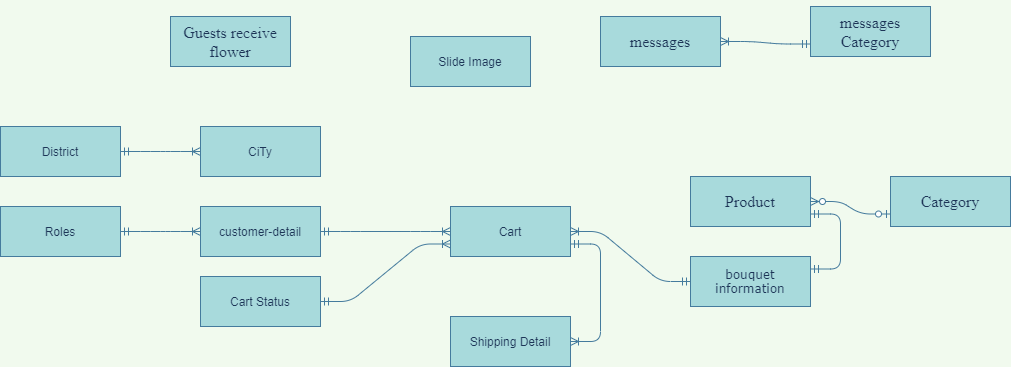
This is Untitled Diagram.png from maialino123/Eproject-SEM3, a draw.io export, as it was before one commit. Source tidied: cells renumbered, new cells last; positions are measured from the earlier drawing's top-left corner, leaving out a move shared by most shapes.
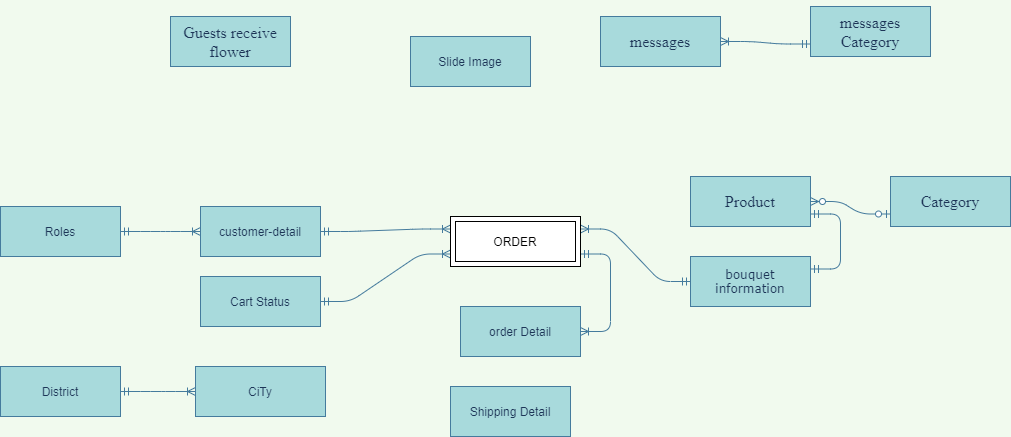
After the commit.

Diff of the diagram source:
```diff
@@ -33,10 +33,10 @@
       <mxGeometry relative="1" as="geometry" />
     </mxCell>
     <mxCell id="12" value="District" style="whiteSpace=wrap;html=1;align=center;rounded=0;sketch=0;fontColor=#1D3557;strokeColor=#457B9D;fillColor=#A8DADC;" parent="1" vertex="1">
-      <mxGeometry y="120" width="120" height="50" as="geometry" />
+      <mxGeometry y="360" width="120" height="50" as="geometry" />
     </mxCell>
     <mxCell id="13" value="CiTy" style="whiteSpace=wrap;html=1;align=center;rounded=0;sketch=0;fontColor=#1D3557;strokeColor=#457B9D;fillColor=#A8DADC;" parent="1" vertex="1">
-      <mxGeometry x="200" y="120" width="120" height="50" as="geometry" />
+      <mxGeometry x="195" y="360" width="130" height="50" as="geometry" />
     </mxCell>
     <mxCell id="14" style="edgeStyle=entityRelationEdgeStyle;fontSize=12;html=1;endArrow=ERoneToMany;startArrow=ERmandOne;fontColor=#1D3557;strokeColor=#457B9D;fillColor=#A8DADC;labelBackgroundColor=#F1FAEE;entryX=0;entryY=0.5;entryDx=0;entryDy=0;exitX=1;exitY=0.5;exitDx=0;exitDy=0;" parent="1" edge="1" source="12" target="13">
       <mxGeometry relative="1" as="geometry" />
@@ -47,29 +47,32 @@
     <mxCell id="16" value="Roles" style="whiteSpace=wrap;html=1;align=center;rounded=0;sketch=0;fontColor=#1D3557;strokeColor=#457B9D;fillColor=#A8DADC;" parent="1" vertex="1">
       <mxGeometry y="200" width="120" height="50" as="geometry" />
     </mxCell>
-    <mxCell id="17" value="Cart" style="whiteSpace=wrap;html=1;align=center;rounded=0;sketch=0;fontColor=#1D3557;strokeColor=#457B9D;fillColor=#A8DADC;" parent="1" vertex="1">
-      <mxGeometry x="450" y="200" width="120" height="50" as="geometry" />
-    </mxCell>
-    <mxCell id="18" value="Shipping Detail" style="whiteSpace=wrap;html=1;align=center;rounded=0;sketch=0;fontColor=#1D3557;strokeColor=#457B9D;fillColor=#A8DADC;" parent="1" vertex="1">
-      <mxGeometry x="450" y="310" width="120" height="50" as="geometry" />
+    <mxCell id="18" value="order Detail" style="whiteSpace=wrap;html=1;align=center;rounded=0;sketch=0;fontColor=#1D3557;strokeColor=#457B9D;fillColor=#A8DADC;" parent="1" vertex="1">
+      <mxGeometry x="460" y="300" width="120" height="50" as="geometry" />
     </mxCell>
     <mxCell id="19" value="Slide Image" style="whiteSpace=wrap;html=1;align=center;rounded=0;sketch=0;fontColor=#1D3557;strokeColor=#457B9D;fillColor=#A8DADC;" parent="1" vertex="1">
       <mxGeometry x="410" y="30" width="120" height="50" as="geometry" />
     </mxCell>
-    <mxCell id="20" style="edgeStyle=entityRelationEdgeStyle;fontSize=12;html=1;endArrow=ERoneToMany;startArrow=ERmandOne;fontColor=#1D3557;strokeColor=#457B9D;fillColor=#A8DADC;entryX=1;entryY=0.5;entryDx=0;entryDy=0;labelBackgroundColor=#F1FAEE;" parent="1" edge="1" source="3" target="17">
+    <mxCell id="20" style="edgeStyle=entityRelationEdgeStyle;fontSize=12;html=1;endArrow=ERoneToMany;startArrow=ERmandOne;fontColor=#1D3557;strokeColor=#457B9D;fillColor=#A8DADC;labelBackgroundColor=#F1FAEE;entryX=1;entryY=0.25;entryDx=0;entryDy=0;" parent="1" edge="1" source="3" target="26">
       <mxGeometry relative="1" as="geometry" />
     </mxCell>
-    <mxCell id="21" style="edgeStyle=entityRelationEdgeStyle;fontSize=12;html=1;endArrow=ERoneToMany;startArrow=ERmandOne;fontColor=#1D3557;strokeColor=#457B9D;fillColor=#A8DADC;entryX=0;entryY=0.5;entryDx=0;entryDy=0;labelBackgroundColor=#F1FAEE;exitX=1;exitY=0.5;exitDx=0;exitDy=0;" parent="1" edge="1" source="2" target="17">
+    <mxCell id="21" style="edgeStyle=entityRelationEdgeStyle;fontSize=12;html=1;endArrow=ERoneToMany;startArrow=ERmandOne;fontColor=#1D3557;strokeColor=#457B9D;fillColor=#A8DADC;entryX=0;entryY=0.25;entryDx=0;entryDy=0;labelBackgroundColor=#F1FAEE;exitX=1;exitY=0.5;exitDx=0;exitDy=0;" parent="1" edge="1" source="2" target="26">
       <mxGeometry relative="1" as="geometry" />
     </mxCell>
     <mxCell id="22" style="edgeStyle=entityRelationEdgeStyle;fontSize=12;html=1;endArrow=ERoneToMany;startArrow=ERmandOne;fontColor=#1D3557;strokeColor=#457B9D;fillColor=#A8DADC;labelBackgroundColor=#F1FAEE;entryX=0;entryY=0.5;entryDx=0;entryDy=0;exitX=1;exitY=0.5;exitDx=0;exitDy=0;" parent="1" edge="1" source="16" target="2">
       <mxGeometry relative="1" as="geometry" />
     </mxCell>
-    <mxCell id="23" style="edgeStyle=entityRelationEdgeStyle;fontSize=12;html=1;endArrow=ERoneToMany;startArrow=ERmandOne;fontColor=#1D3557;strokeColor=#457B9D;fillColor=#A8DADC;entryX=0;entryY=0.75;entryDx=0;entryDy=0;labelBackgroundColor=#F1FAEE;exitX=1;exitY=0.5;exitDx=0;exitDy=0;" parent="1" edge="1" source="15" target="17">
+    <mxCell id="23" style="edgeStyle=entityRelationEdgeStyle;fontSize=12;html=1;endArrow=ERoneToMany;startArrow=ERmandOne;fontColor=#1D3557;strokeColor=#457B9D;fillColor=#A8DADC;entryX=0;entryY=0.75;entryDx=0;entryDy=0;labelBackgroundColor=#F1FAEE;exitX=1;exitY=0.5;exitDx=0;exitDy=0;" parent="1" edge="1" source="15" target="26">
       <mxGeometry relative="1" as="geometry" />
     </mxCell>
-    <mxCell id="24" style="edgeStyle=entityRelationEdgeStyle;fontSize=12;html=1;endArrow=ERoneToMany;startArrow=ERmandOne;fontColor=#1D3557;strokeColor=#457B9D;fillColor=#A8DADC;labelBackgroundColor=#F1FAEE;entryX=1;entryY=0.5;entryDx=0;entryDy=0;exitX=1;exitY=0.75;exitDx=0;exitDy=0;" parent="1" edge="1" source="17" target="18">
+    <mxCell id="24" style="edgeStyle=entityRelationEdgeStyle;fontSize=12;html=1;endArrow=ERoneToMany;startArrow=ERmandOne;fontColor=#1D3557;strokeColor=#457B9D;fillColor=#A8DADC;labelBackgroundColor=#F1FAEE;entryX=1;entryY=0.5;entryDx=0;entryDy=0;exitX=1;exitY=0.75;exitDx=0;exitDy=0;" parent="1" edge="1" source="26" target="18">
       <mxGeometry relative="1" as="geometry" />
     </mxCell>
+    <mxCell id="25" value="Shipping Detail" style="whiteSpace=wrap;html=1;align=center;rounded=0;sketch=0;fontColor=#1D3557;strokeColor=#457B9D;fillColor=#A8DADC;" parent="1" vertex="1">
+      <mxGeometry x="450" y="380" width="120" height="50" as="geometry" />
+    </mxCell>
+    <mxCell id="26" value="ORDER" style="shape=ext;margin=3;double=1;whiteSpace=wrap;html=1;align=center;" parent="1" vertex="1">
+      <mxGeometry x="450" y="210" width="130" height="50" as="geometry" />
+    </mxCell>
   </root>
 </mxGraphModel>
```
